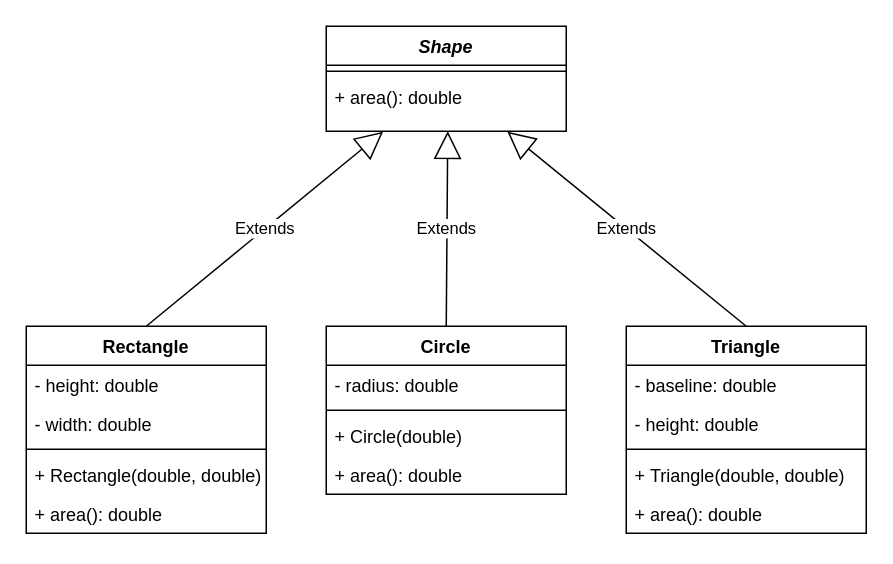
Above: page "Shapes II" (2 of 2) of shapes.drawio in klfischer89/07_Abstract_Classes (draw.io), before the change. Source tidied: cells renumbered, new cells numbered last; positions are measured from the earlier drawing's top-left corner, leaving out a move shared by most shapes. Both pictures are drawn from the tidied source at 150%, with x=0, y=0 at pixel (26, 26).
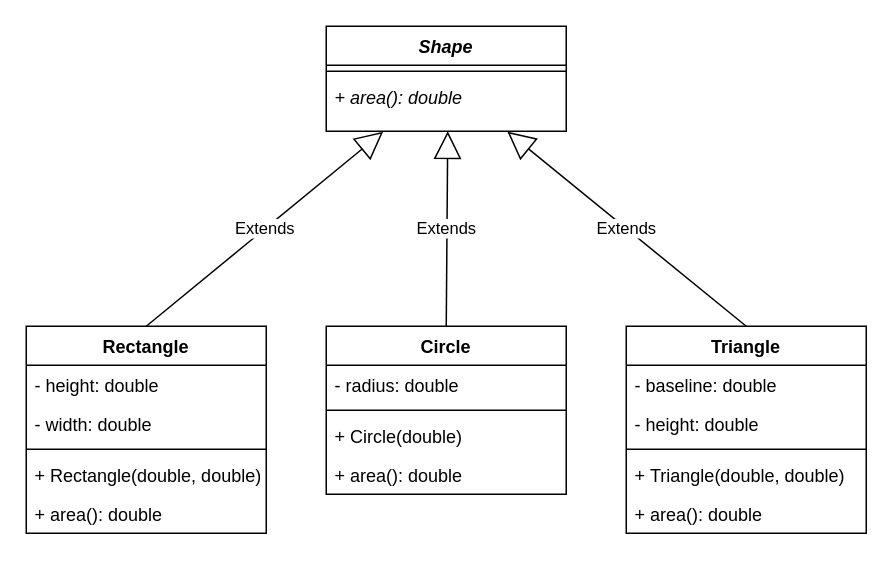
After the change.

The change refers to these unchanged cells:
```xml
<mxCell id="2" value="Shape" style="swimlane;fontStyle=3;align=center;verticalAlign=top;horizontal=1;startSize=26;" parent="1" vertex="1">
  <mxGeometry x="200" width="160" height="70" as="geometry" />
</mxCell>
```

Diff of the diagram source:
```diff
@@
-    <mxCell id="4" value="+ area(): double" style="text;strokeColor=none;fillColor=none;align=left;verticalAlign=top;spacingLeft=4;spacingRight=4;overflow=hidden;points=[[0,0.5],[1,0.5]];portConstraint=eastwest;" parent="2" vertex="1">
+    <mxCell id="4" value="+ area(): double" style="text;strokeColor=none;fillColor=none;align=left;verticalAlign=top;spacingLeft=4;spacingRight=4;overflow=hidden;points=[[0,0.5],[1,0.5]];portConstraint=eastwest;fontStyle=2;" parent="2" vertex="1">
       <mxGeometry y="34" width="160" height="36" as="geometry" />
     </mxCell>
```
